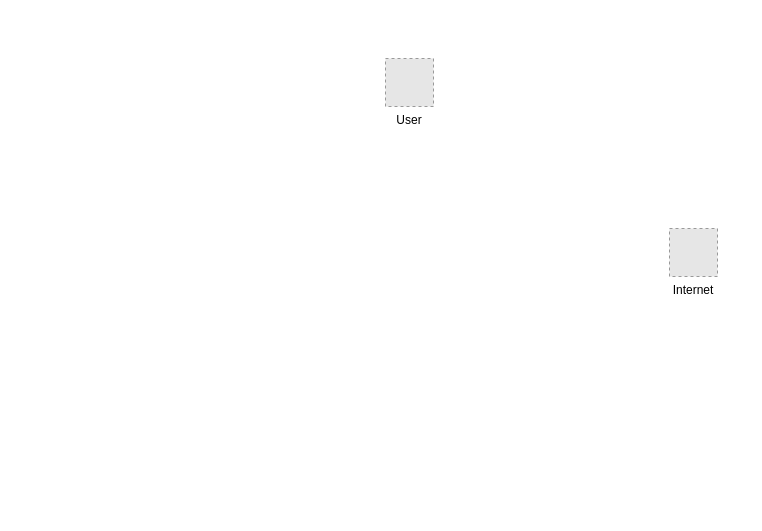
Earlier version of the draw.io diagram Komponenten.drawio (themue/OTC). Source tidied: cells renumbered, new cells numbered last; positions are measured from the earlier drawing's top-left corner, leaving out a move shared by most shapes. Both pictures are drawn from the tidied source at 100%, with x=0, y=0 at pixel (385, 58). Pictures stored in the file or linked from it are replaced by grey dashed boxes.
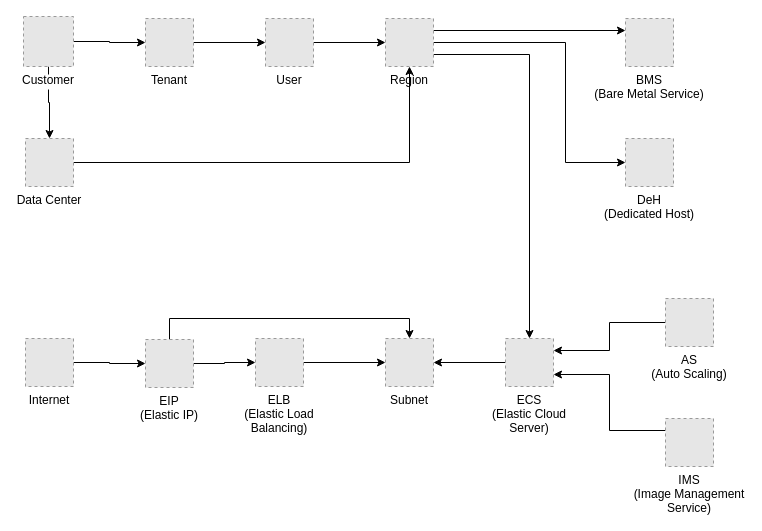
After the change.

Commit message:
Systeme aus Compute und Network hinzugefügt

Diff of the diagram source:
```diff
@@
+    <mxCell id="4" style="edgeStyle=orthogonalEdgeStyle;rounded=0;jettySize=auto;html=1;exitX=1;exitY=0.5;exitDx=0;exitDy=0;entryX=0;entryY=0.5;entryDx=0;entryDy=0;" parent="1" edge="1" source="2" target="24">
+      <mxGeometry relative="1" as="geometry" />
+    </mxCell>
     <mxCell id="2" value="Internet" style="fillColor=#E6E6E6;strokeColor=#999999;dashed=1;verticalLabelPosition=bottom;verticalAlign=top;labelBackgroundColor=#ffffff;" parent="1" vertex="1">
-      <mxGeometry x="284" y="170" width="48" height="48" as="geometry" />
+      <mxGeometry x="-360" y="280" width="48" height="48" as="geometry" />
     </mxCell>
+    <mxCell id="5" style="edgeStyle=orthogonalEdgeStyle;rounded=0;jettySize=auto;html=1;exitX=1;exitY=0.5;exitDx=0;exitDy=0;" parent="1" edge="1" source="3" target="8">
+      <mxGeometry relative="1" as="geometry" />
+    </mxCell>
+    <mxCell id="6" style="edgeStyle=orthogonalEdgeStyle;rounded=0;jettySize=auto;html=1;exitX=0.5;exitY=1;exitDx=0;exitDy=0;entryX=0.5;entryY=0;entryDx=0;entryDy=0;" parent="1" edge="1" source="3" target="26">
+      <mxGeometry relative="1" as="geometry" />
+    </mxCell>
-    <mxCell id="3" value="User" style="fillColor=#E6E6E6;strokeColor=#999999;dashed=1;verticalLabelPosition=bottom;verticalAlign=top;labelBackgroundColor=#ffffff;" parent="1" vertex="1">
-      <mxGeometry width="48" height="48" as="geometry" />
+    <mxCell id="3" value="Customer" style="fillColor=#E6E6E6;strokeColor=#999999;dashed=1;verticalLabelPosition=bottom;verticalAlign=top;labelBackgroundColor=#ffffff;" parent="1" vertex="1">
+      <mxGeometry x="-362" y="-42" width="50" height="50" as="geometry" />
     </mxCell>
+    <mxCell id="7" style="edgeStyle=orthogonalEdgeStyle;rounded=0;jettySize=auto;html=1;exitX=1;exitY=0.5;exitDx=0;exitDy=0;entryX=0;entryY=0.5;entryDx=0;entryDy=0;" parent="1" edge="1" source="8" target="11">
+      <mxGeometry relative="1" as="geometry" />
+    </mxCell>
+    <mxCell id="8" value="Tenant" style="fillColor=#E6E6E6;strokeColor=#999999;dashed=1;verticalLabelPosition=bottom;verticalAlign=top;" parent="1" vertex="1">
+      <mxGeometry x="-240" y="-40" width="48" height="48" as="geometry" />
+    </mxCell>
+    <mxCell id="9" style="edgeStyle=orthogonalEdgeStyle;rounded=0;jettySize=auto;html=1;exitX=1;exitY=0.75;exitDx=0;exitDy=0;entryX=0.5;entryY=0;entryDx=0;entryDy=0;" parent="1" edge="1" source="29" target="30">
+      <mxGeometry relative="1" as="geometry" />
+    </mxCell>
+    <mxCell id="10" style="edgeStyle=orthogonalEdgeStyle;rounded=0;jettySize=auto;html=1;exitX=1;exitY=0.5;exitDx=0;exitDy=0;entryX=0;entryY=0.5;entryDx=0;entryDy=0;" parent="1" edge="1" source="11" target="29">
+      <mxGeometry relative="1" as="geometry" />
+    </mxCell>
+    <mxCell id="11" value="User" style="fillColor=#E6E6E6;strokeColor=#999999;dashed=1;verticalLabelPosition=bottom;verticalAlign=top;" parent="1" vertex="1">
+      <mxGeometry x="-120" y="-40" width="48" height="48" as="geometry" />
+    </mxCell>
+    <mxCell id="12" style="edgeStyle=orthogonalEdgeStyle;rounded=0;jettySize=auto;html=1;exitX=0;exitY=0.5;exitDx=0;exitDy=0;entryX=1;entryY=0.25;entryDx=0;entryDy=0;" parent="1" edge="1" source="13" target="30">
+      <mxGeometry relative="1" as="geometry" />
+    </mxCell>
+    <mxCell id="13" value="AS&#10;(Auto Scaling)" style="fillColor=#E6E6E6;strokeColor=#999999;dashed=1;verticalLabelPosition=bottom;verticalAlign=top;" parent="1" vertex="1">
+      <mxGeometry x="280" y="240" width="48" height="48" as="geometry" />
+    </mxCell>
+    <mxCell id="14" style="edgeStyle=orthogonalEdgeStyle;rounded=0;jettySize=auto;html=1;" parent="1" edge="1" source="30" target="21">
+      <mxGeometry relative="1" as="geometry" />
+    </mxCell>
+    <mxCell id="15" value="DeH&#10;(Dedicated Host)" style="fillColor=#E6E6E6;strokeColor=#999999;dashed=1;verticalLabelPosition=bottom;verticalAlign=top;" parent="1" vertex="1">
+      <mxGeometry x="240" y="80" width="48" height="48" as="geometry" />
+    </mxCell>
+    <mxCell id="16" value="BMS&#10;(Bare Metal Service)" style="fillColor=#E6E6E6;strokeColor=#999999;dashed=1;verticalLabelPosition=bottom;verticalAlign=top;" parent="1" vertex="1">
+      <mxGeometry x="240" y="-40" width="48" height="48" as="geometry" />
+    </mxCell>
+    <mxCell id="17" style="edgeStyle=orthogonalEdgeStyle;rounded=0;jettySize=auto;html=1;exitX=0;exitY=0.25;exitDx=0;exitDy=0;entryX=1;entryY=0.75;entryDx=0;entryDy=0;" parent="1" edge="1" source="18" target="30">
+      <mxGeometry relative="1" as="geometry" />
+    </mxCell>
+    <mxCell id="18" value="IMS&#10;(Image Management&#10;Service)" style="fillColor=#E6E6E6;strokeColor=#999999;dashed=1;verticalLabelPosition=bottom;verticalAlign=top;" parent="1" vertex="1">
+      <mxGeometry x="280" y="360" width="48" height="48" as="geometry" />
+    </mxCell>
+    <mxCell id="19" style="edgeStyle=orthogonalEdgeStyle;rounded=0;jettySize=auto;html=1;exitX=1;exitY=0.5;exitDx=0;exitDy=0;entryX=0;entryY=0.5;entryDx=0;entryDy=0;" parent="1" edge="1" source="20" target="21">
+      <mxGeometry relative="1" as="geometry" />
+    </mxCell>
+    <mxCell id="20" value="ELB&#10;(Elastic Load&#10;Balancing)" style="fillColor=#E6E6E6;strokeColor=#999999;dashed=1;verticalLabelPosition=bottom;verticalAlign=top;" parent="1" vertex="1">
+      <mxGeometry x="-130" y="280" width="48" height="48" as="geometry" />
+    </mxCell>
+    <mxCell id="21" value="Subnet" style="fillColor=#E6E6E6;strokeColor=#999999;dashed=1;verticalLabelPosition=bottom;verticalAlign=top;" parent="1" vertex="1">
+      <mxGeometry y="280" width="48" height="48" as="geometry" />
+    </mxCell>
+    <mxCell id="22" style="edgeStyle=orthogonalEdgeStyle;rounded=0;jettySize=auto;html=1;exitX=1;exitY=0.5;exitDx=0;exitDy=0;entryX=0;entryY=0.5;entryDx=0;entryDy=0;" parent="1" edge="1" source="24" target="20">
+      <mxGeometry relative="1" as="geometry" />
+    </mxCell>
+    <mxCell id="23" style="edgeStyle=orthogonalEdgeStyle;rounded=0;jettySize=auto;html=1;exitX=0.5;exitY=0;exitDx=0;exitDy=0;entryX=0.5;entryY=0;entryDx=0;entryDy=0;" parent="1" edge="1" source="24" target="21">
+      <mxGeometry relative="1" as="geometry" />
+    </mxCell>
+    <mxCell id="24" value="EIP&#10;(Elastic IP)" style="fillColor=#E6E6E6;strokeColor=#999999;dashed=1;verticalLabelPosition=bottom;verticalAlign=top;" parent="1" vertex="1">
+      <mxGeometry x="-240" y="281" width="48" height="48" as="geometry" />
+    </mxCell>
+    <mxCell id="25" style="edgeStyle=orthogonalEdgeStyle;rounded=0;jettySize=auto;html=1;exitX=1;exitY=0.5;exitDx=0;exitDy=0;entryX=0.5;entryY=1;entryDx=0;entryDy=0;" parent="1" edge="1" source="26" target="29">
+      <mxGeometry relative="1" as="geometry" />
+    </mxCell>
+    <mxCell id="26" value="Data Center" style="fillColor=#E6E6E6;strokeColor=#999999;dashed=1;verticalLabelPosition=bottom;verticalAlign=top;" parent="1" vertex="1">
+      <mxGeometry x="-360" y="80" width="48" height="48" as="geometry" />
+    </mxCell>
+    <mxCell id="27" style="edgeStyle=orthogonalEdgeStyle;rounded=0;jettySize=auto;html=1;exitX=1;exitY=0.25;exitDx=0;exitDy=0;entryX=0;entryY=0.25;entryDx=0;entryDy=0;" parent="1" edge="1" source="29" target="16">
+      <mxGeometry relative="1" as="geometry" />
+    </mxCell>
+    <mxCell id="28" style="edgeStyle=orthogonalEdgeStyle;rounded=0;jettySize=auto;html=1;exitX=1;exitY=0.5;exitDx=0;exitDy=0;entryX=0;entryY=0.5;entryDx=0;entryDy=0;" parent="1" edge="1" source="29" target="15">
+      <mxGeometry relative="1" as="geometry">
+        <Array as="points">
+          <mxPoint x="180" y="-16" />
+          <mxPoint x="180" y="104" />
+        </Array>
+      </mxGeometry>
+    </mxCell>
+    <mxCell id="29" value="Region" style="fillColor=#E6E6E6;strokeColor=#999999;dashed=1;verticalLabelPosition=bottom;verticalAlign=top;" parent="1" vertex="1">
+      <mxGeometry y="-40" width="48" height="48" as="geometry" />
+    </mxCell>
+    <mxCell id="30" value="ECS&#10;(Elastic Cloud&#10;Server)" style="fillColor=#E6E6E6;strokeColor=#999999;dashed=1;verticalLabelPosition=bottom;verticalAlign=top;" parent="1" vertex="1">
+      <mxGeometry x="120" y="280" width="48" height="48" as="geometry" />
+    </mxCell>
```
